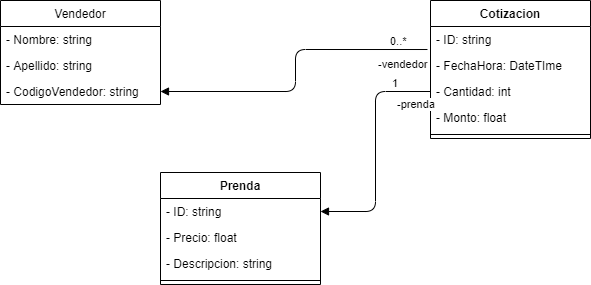
This is Diagrama de Clases.png from artolajp/PreTestGC, a draw.io export, as it was before one commit. Source tidied: cells renumbered, new cells last; positions are measured from the earlier drawing's top-left corner, leaving out a move shared by most shapes.
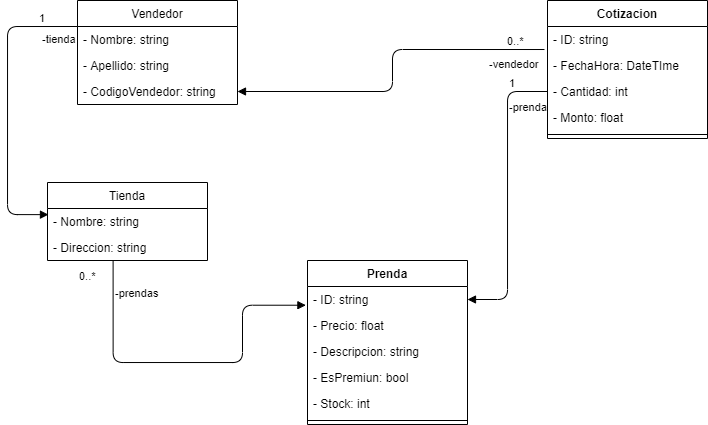
The same file after the commit.

The edit, as a diff of the source:
```diff
@@ -3,7 +3,7 @@
     <mxCell id="0" />
     <mxCell id="1" parent="0" />
     <mxCell id="2" value="Cotizacion&#10;" style="swimlane;fontStyle=1;align=center;verticalAlign=top;horizontal=1;startSize=26;" parent="1" vertex="1">
-      <mxGeometry x="430" width="160" height="138" as="geometry" />
+      <mxGeometry x="470" width="160" height="138" as="geometry" />
     </mxCell>
     <mxCell id="3" value="- ID: string" style="text;strokeColor=none;fillColor=none;align=left;verticalAlign=top;spacingLeft=4;spacingRight=4;overflow=hidden;points=[[0,0.5],[1,0.5]];portConstraint=eastwest;" parent="2" vertex="1">
       <mxGeometry y="26" width="160" height="26" as="geometry" />
@@ -41,7 +41,7 @@
       </mxGeometry>
     </mxCell>
     <mxCell id="14" value="Prenda" style="swimlane;fontStyle=1;align=center;verticalAlign=top;horizontal=1;startSize=26;" parent="1" vertex="1">
-      <mxGeometry x="160" y="172" width="160" height="112" as="geometry" />
+      <mxGeometry x="230" y="260" width="160" height="164" as="geometry" />
     </mxCell>
     <mxCell id="15" value="- ID: string" style="text;strokeColor=none;fillColor=none;align=left;verticalAlign=top;spacingLeft=4;spacingRight=4;overflow=hidden;points=[[0,0.5],[1,0.5]];portConstraint=eastwest;" parent="14" vertex="1">
       <mxGeometry y="26" width="160" height="26" as="geometry" />
@@ -52,8 +52,14 @@
     <mxCell id="17" value="- Descripcion: string" style="text;strokeColor=none;fillColor=none;align=left;verticalAlign=top;spacingLeft=4;spacingRight=4;overflow=hidden;" parent="14" vertex="1">
       <mxGeometry y="78" width="160" height="26" as="geometry" />
     </mxCell>
+    <mxCell id="21" value="- EsPremiun: bool" style="text;strokeColor=none;fillColor=none;align=left;verticalAlign=top;spacingLeft=4;spacingRight=4;overflow=hidden;" parent="14" vertex="1">
+      <mxGeometry y="104" width="160" height="26" as="geometry" />
+    </mxCell>
+    <mxCell id="22" value="- Stock: int" style="text;strokeColor=none;fillColor=none;align=left;verticalAlign=top;spacingLeft=4;spacingRight=4;overflow=hidden;" parent="14" vertex="1">
+      <mxGeometry y="130" width="160" height="26" as="geometry" />
+    </mxCell>
     <mxCell id="18" style="line;strokeWidth=1;fillColor=none;align=left;verticalAlign=middle;spacingTop=-1;spacingLeft=3;spacingRight=3;labelPosition=right;" parent="14" vertex="1">
-      <mxGeometry y="104" width="160" height="8" as="geometry" />
+      <mxGeometry y="156" width="160" height="8" as="geometry" />
     </mxCell>
     <mxCell id="19" value="-prenda" style="endArrow=block;endFill=1;html=1;edgeStyle=orthogonalEdgeStyle;align=left;verticalAlign=top;exitX=0;exitY=0.5;exitDx=0;exitDy=0;entryX=1;entryY=0.5;entryDx=0;entryDy=0;" parent="1" edge="1" source="5" target="15">
       <mxGeometry x="-0.7" relative="1" as="geometry" />
@@ -63,5 +69,41 @@
         <mxPoint x="-40" as="offset" />
       </mxGeometry>
     </mxCell>
+    <mxCell id="23" value="Tienda" style="swimlane;fontStyle=0;horizontal=1;startSize=26;fillColor=none;" parent="1" vertex="1">
+      <mxGeometry x="-30" y="182" width="160" height="78" as="geometry" />
+    </mxCell>
+    <mxCell id="24" value="- Nombre: string" style="text;strokeColor=none;fillColor=none;align=left;verticalAlign=top;spacingLeft=4;spacingRight=4;overflow=hidden;points=[[0,0.5],[1,0.5]];portConstraint=eastwest;" parent="23" vertex="1">
+      <mxGeometry y="26" width="160" height="26" as="geometry" />
+    </mxCell>
+    <mxCell id="25" value="- Direccion: string&#10;" style="text;strokeColor=none;fillColor=none;align=left;verticalAlign=top;spacingLeft=4;spacingRight=4;overflow=hidden;points=[[0,0.5],[1,0.5]];portConstraint=eastwest;" parent="23" vertex="1">
+      <mxGeometry y="52" width="160" height="26" as="geometry" />
+    </mxCell>
+    <mxCell id="26" value="-tienda" style="endArrow=block;endFill=1;html=1;edgeStyle=orthogonalEdgeStyle;align=left;verticalAlign=top;exitX=0;exitY=0.25;exitDx=0;exitDy=0;entryX=0.006;entryY=0.236;entryDx=0;entryDy=0;entryPerimeter=0;" parent="1" edge="1" source="8" target="24">
+      <mxGeometry x="-0.76" relative="1" as="geometry">
+        <Array as="points">
+          <mxPoint x="-70" y="26" />
+          <mxPoint x="-70" y="214" />
+        </Array>
+      </mxGeometry>
+    </mxCell>
+    <mxCell id="27" value="1" style="edgeLabel;html=1;align=left;verticalAlign=bottom;" parent="26" vertex="1">
+      <mxGeometry x="-1" relative="1" as="geometry">
+        <mxPoint x="-40" as="offset" />
+      </mxGeometry>
+    </mxCell>
+    <mxCell id="28" value="-prendas" style="endArrow=block;endFill=1;html=1;edgeStyle=orthogonalEdgeStyle;align=left;verticalAlign=top;exitX=0.41;exitY=1.016;exitDx=0;exitDy=0;exitPerimeter=0;entryX=-0.01;entryY=0.72;entryDx=0;entryDy=0;entryPerimeter=0;" parent="1" edge="1" source="25" target="15">
+      <mxGeometry x="-0.89" relative="1" as="geometry">
+        <Array as="points">
+          <mxPoint x="36" y="362" />
+          <mxPoint x="165" y="362" />
+          <mxPoint x="165" y="305" />
+        </Array>
+      </mxGeometry>
+    </mxCell>
+    <mxCell id="29" value="0..*" style="edgeLabel;html=1;align=left;verticalAlign=bottom;" parent="28" vertex="1">
+      <mxGeometry x="-1" relative="1" as="geometry">
+        <mxPoint x="-35.6" y="23.6" as="offset" />
+      </mxGeometry>
+    </mxCell>
   </root>
 </mxGraphModel>
```
